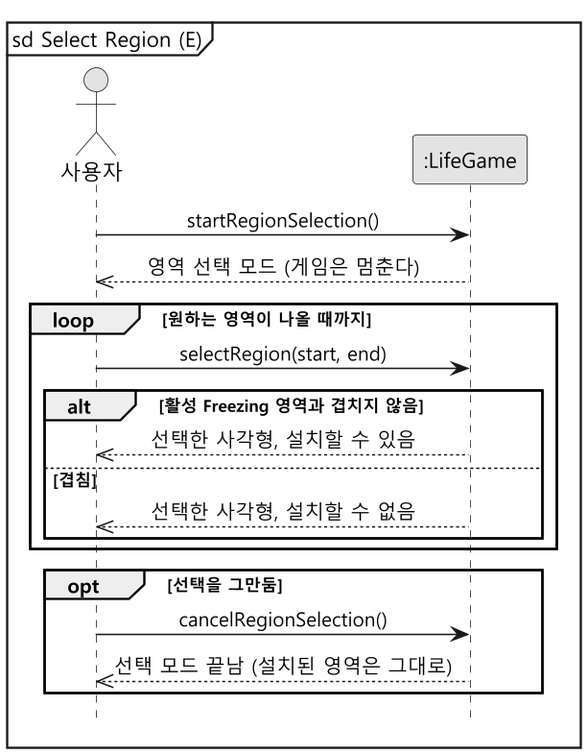
The PlantUML diagram docs/freezing/diagram/ssd-select-region.png in mckimR1972/DP_team_project, before a commit.
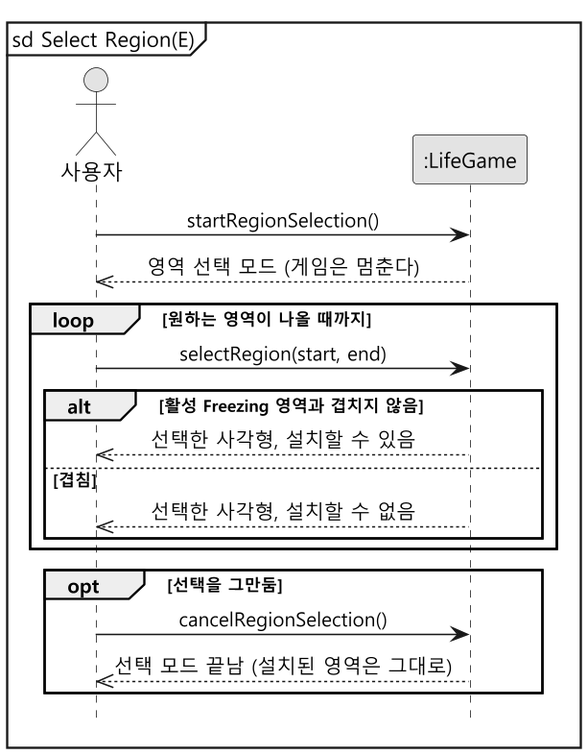
The same file after the commit.

What changed in the source:
```diff
@@ -5,7 +5,7 @@
 skinparam defaultFontName "Malgun Gothic"
 skinparam sequenceMessageAlign center
 hide footbox
-mainframe sd Select Region (E)
+mainframe sd Select Region(E)
 
 actor "사용자" as User
 participant ":LifeGame" as System
```
